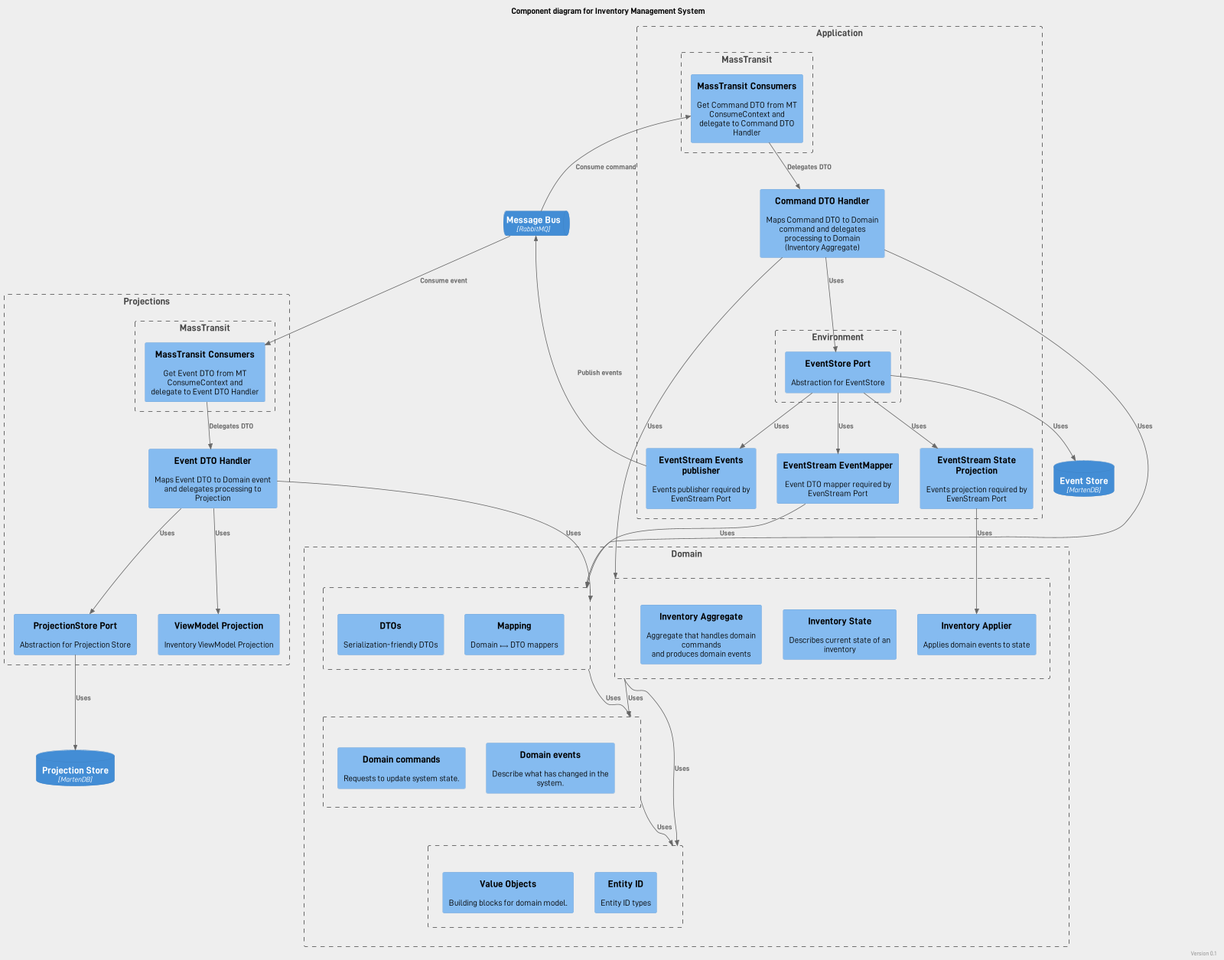
Before: doc/C4/component.png, a diagram exported from PlantUML (iblazhko/cqrs-fsharp).
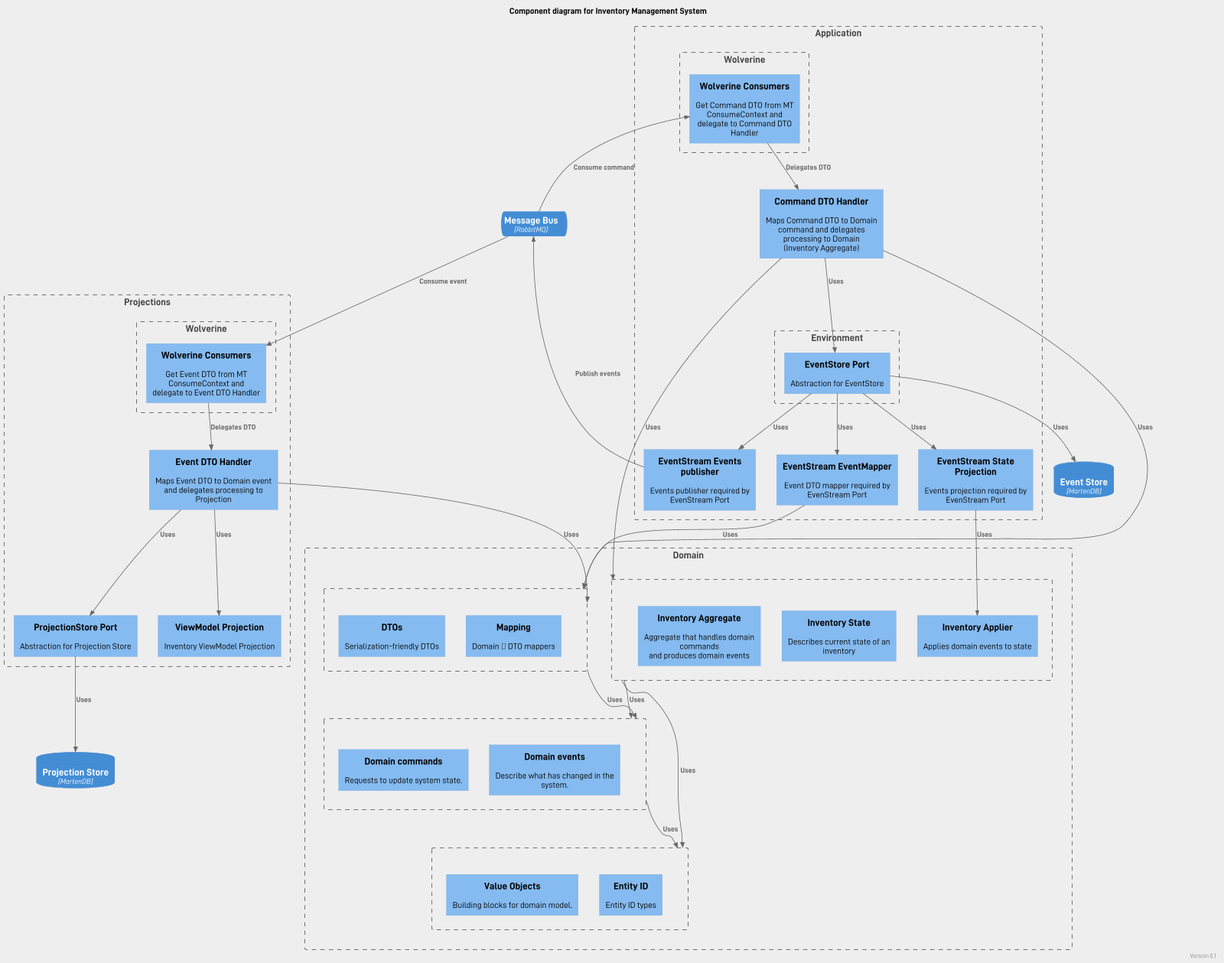
After the change.

What changed in the source:
```diff
@@ -1,6 +1,7 @@
 @startuml Inventory System - Component
 
-!include https://raw.githubusercontent.com/plantuml-stdlib/C4-PlantUML/master/C4_Component.puml
+!include <C4/C4_Component>
+
 skinparam defaultFontName "D-DIN"
 skinparam backgroundColor #EEEEEE
 scale 1600 width
@@ -51,9 +52,9 @@
         Component(eventstore_port, "EventStore Port", "", "Abstraction for EventStore")
     }
 
-    Boundary(application_mt, "MassTransit") {
-        Component(app_mt_consumers, "MassTransit Consumers", "", "Get Command DTO from MT ConsumeContext and\ndelegate to Command DTO Handler")
-        Rel(messagebus, app_mt_consumers, "Consume command")
+    Boundary(application_vw, "Wolverine") {
+        Component(app_wv_consumers, "Wolverine Consumers", "", "Get Command DTO from MT ConsumeContext and\ndelegate to Command DTO Handler")
+        Rel(messagebus, app_wv_consumers, "Consume command")
     }
 
     Component(eventstream_event_mapper, "EventStream EventMapper", "", "Event DTO mapper required by EvenStream Port")
@@ -61,7 +62,7 @@
     Component(eventstream_publisher, "EventStream Events publisher", "", "Events publisher required by EvenStream Port")
     Component(command_dto_handler, "Command DTO Handler", "", "Maps Command DTO to Domain command and delegates processing to Domain\n(Inventory Aggregate)")
 
-    Rel(app_mt_consumers, command_dto_handler, "Delegates DTO")
+    Rel(app_wv_consumers, command_dto_handler, "Delegates DTO")
     Rel(command_dto_handler, domain_dto, "Uses")
     Rel(command_dto_handler, eventstore_port, "Uses")
     Rel(command_dto_handler, domain_aggregate, "Uses")
@@ -75,16 +76,16 @@
 }
 
 Boundary(projections_boundary, "Projections") {
-    Boundary(projections_mt, "MassTransit") {
-        Component(projections_mt_consumers, "MassTransit Consumers", "", "Get Event DTO from MT ConsumeContext and\ndelegate to Event DTO Handler")
-        Rel(messagebus, projections_mt_consumers, "Consume event")
+    Boundary(projections_vw, "Wolverine") {
+        Component(projections_wv_consumers, "Wolverine Consumers", "", "Get Event DTO from MT ConsumeContext and\ndelegate to Event DTO Handler")
+        Rel(messagebus, projections_wv_consumers, "Consume event")
     }
 
     Component(event_dto_handler, "Event DTO Handler", "", "Maps Event DTO to Domain event and delegates processing to Projection")
     Component(projectionstore_port, "ProjectionStore Port", "", "Abstraction for Projection Store")
     Component(vm_projection, "ViewModel Projection", "", "Inventory ViewModel Projection")
 
-    Rel(projections_mt_consumers, event_dto_handler, "Delegates DTO")
+    Rel(projections_wv_consumers, event_dto_handler, "Delegates DTO")
     Rel(event_dto_handler, domain_dto, "Uses")
     Rel(event_dto_handler, vm_projection, "Uses")
     Rel(event_dto_handler, projectionstore_port, "Uses")
```
